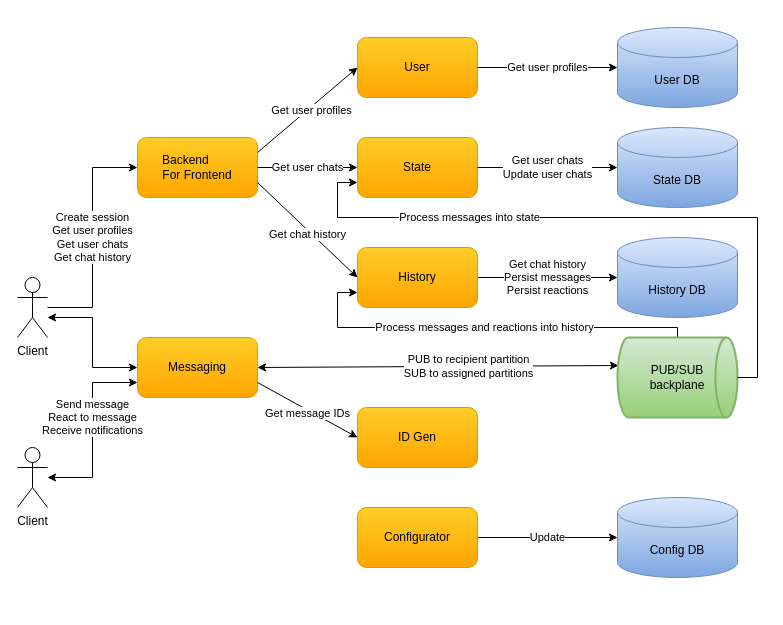
Before: docs/diagrams/cecochat-01-overall.drawio in cvetomir-todorov/CecoChat, a draw.io diagram. Source tidied: cells renumbered, new cells numbered last; positions are measured from the earlier drawing's top-left corner, leaving out a move shared by most shapes. Both pictures are drawn from the tidied source at 100%, with x=0, y=0 at pixel (17, 27).
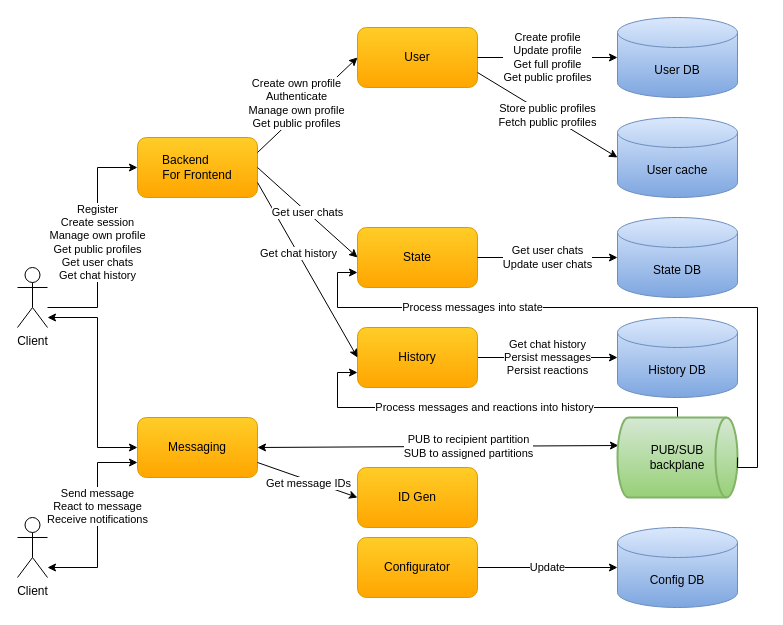
After the change.

Commit message (it also covers changes not shown here):
Add a new diagram for user-related functionality and update related existing diagrams

Unchanged cells that the change refers to:
```xml
<mxCell id="19" value="&lt;font style=&quot;font-size: 12px&quot;&gt;Backend&amp;nbsp; &amp;nbsp; &amp;nbsp; &amp;nbsp;&lt;br&gt;For Frontend&lt;/font&gt;" style="rounded=1;whiteSpace=wrap;html=1;gradientColor=#ffa500;fillColor=#ffcd28;strokeColor=#d79b00;" parent="1" vertex="1">
  <mxGeometry x="120" y="110" width="120" height="60" as="geometry" />
</mxCell>
```

What changed in the source:
```diff
@@
     <mxCell id="2" style="edgeStyle=orthogonalEdgeStyle;rounded=0;jettySize=auto;html=1;entryX=0;entryY=0.5;entryDx=0;entryDy=0;startArrow=classic;startFill=1;" parent="1" edge="1" source="4" target="8">
       <mxGeometry relative="1" as="geometry">
         <Array as="points">
-          <mxPoint x="75" y="290" />
-          <mxPoint x="75" y="340" />
+          <mxPoint x="80" y="290" />
+          <mxPoint x="80" y="420" />
         </Array>
       </mxGeometry>
     </mxCell>
-    <mxCell id="3" value="Create session&lt;br&gt;Get user profiles&lt;br&gt;Get user chats&lt;br&gt;Get chat history" style="edgeStyle=orthogonalEdgeStyle;rounded=0;jettySize=auto;html=1;entryX=0;entryY=0.5;entryDx=0;entryDy=0;" parent="1" edge="1" source="4" target="19">
+    <mxCell id="3" value="Register&lt;br&gt;Create session&lt;br&gt;Manage own&amp;nbsp;profile&lt;br&gt;Get public profiles&lt;br&gt;Get user chats&lt;br&gt;Get chat history" style="edgeStyle=orthogonalEdgeStyle;rounded=0;jettySize=auto;html=1;entryX=0;entryY=0.5;entryDx=0;entryDy=0;" parent="1" edge="1" source="4" target="19">
       <mxGeometry relative="1" as="geometry">
         <Array as="points">
-          <mxPoint x="75" y="280" />
-          <mxPoint x="75" y="140" />
+          <mxPoint x="80" y="280" />
+          <mxPoint x="80" y="140" />
         </Array>
       </mxGeometry>
     </mxCell>
     <mxCell id="4" value="Client" style="shape=umlActor;verticalLabelPosition=bottom;verticalAlign=top;html=1;outlineConnect=0;" parent="1" vertex="1">
-      <mxGeometry y="250" width="30" height="60" as="geometry" />
+      <mxGeometry y="240" width="30" height="60" as="geometry" />
     </mxCell>
     <mxCell id="5" value="Send message&lt;br&gt;React to message&lt;br&gt;Receive notifications" style="edgeStyle=orthogonalEdgeStyle;rounded=0;jettySize=auto;html=1;entryX=0;entryY=0.75;entryDx=0;entryDy=0;startArrow=classic;startFill=1;" parent="1" edge="1" source="6" target="8">
-      <mxGeometry x="0.14" relative="1" as="geometry" />
+      <mxGeometry x="0.14" relative="1" as="geometry">
+        <Array as="points">
+          <mxPoint x="80" y="540" />
+          <mxPoint x="80" y="435" />
+        </Array>
+      </mxGeometry>
     </mxCell>
     <mxCell id="6" value="Client" style="shape=umlActor;verticalLabelPosition=bottom;verticalAlign=top;html=1;outlineConnect=0;" parent="1" vertex="1">
-      <mxGeometry y="420" width="30" height="60" as="geometry" />
+      <mxGeometry y="490" width="30" height="60" as="geometry" />
     </mxCell>
@@
     <mxCell id="8" value="&lt;font style=&quot;font-size: 12px&quot;&gt;Messaging&lt;/font&gt;" style="rounded=1;whiteSpace=wrap;html=1;gradientColor=#ffa500;fillColor=#ffcd28;strokeColor=#d79b00;" parent="1" vertex="1">
-      <mxGeometry x="120" y="310" width="120" height="60" as="geometry" />
+      <mxGeometry x="120" y="390" width="120" height="60" as="geometry" />
     </mxCell>
     <mxCell id="9" value="Process messages and reactions into history" style="edgeStyle=orthogonalEdgeStyle;rounded=0;jettySize=auto;html=1;entryX=0;entryY=0.75;entryDx=0;entryDy=0;exitX=0.5;exitY=0;exitDx=0;exitDy=0;exitPerimeter=0;" parent="1" edge="1" source="10" target="16">
       <mxGeometry relative="1" as="geometry">
         <Array as="points">
-          <mxPoint x="660" y="300" />
-          <mxPoint x="320" y="300" />
-          <mxPoint x="320" y="265" />
+          <mxPoint x="660" y="380" />
+          <mxPoint x="320" y="380" />
+          <mxPoint x="320" y="345" />
         </Array>
       </mxGeometry>
     </mxCell>
     <mxCell id="10" value="PUB/SUB&lt;br&gt;backplane" style="strokeWidth=2;html=1;shape=mxgraph.flowchart.direct_data;whiteSpace=wrap;gradientColor=#97d077;fillColor=#d5e8d4;strokeColor=#82b366;" parent="1" vertex="1">
-      <mxGeometry x="600" y="310" width="120" height="80" as="geometry" />
+      <mxGeometry x="600" y="390" width="120" height="80" as="geometry" />
     </mxCell>
     <mxCell id="11" value="History DB" style="shape=cylinder3;whiteSpace=wrap;html=1;boundedLbl=1;backgroundOutline=1;size=15;gradientColor=#7ea6e0;fillColor=#dae8fc;strokeColor=#6c8ebf;" parent="1" vertex="1">
-      <mxGeometry x="600" y="210" width="120" height="80" as="geometry" />
+      <mxGeometry x="600" y="290" width="120" height="80" as="geometry" />
     </mxCell>
@@
     <mxCell id="14" value="Configurator" style="rounded=1;whiteSpace=wrap;html=1;gradientColor=#ffa500;fillColor=#ffcd28;strokeColor=#d79b00;" parent="1" vertex="1">
-      <mxGeometry x="340" y="480" width="120" height="60" as="geometry" />
+      <mxGeometry x="340" y="510" width="120" height="60" as="geometry" />
     </mxCell>
     <mxCell id="15" value="Config DB" style="shape=cylinder3;whiteSpace=wrap;html=1;boundedLbl=1;backgroundOutline=1;size=15;gradientColor=#7ea6e0;fillColor=#dae8fc;strokeColor=#6c8ebf;" parent="1" vertex="1">
-      <mxGeometry x="600" y="470" width="120" height="80" as="geometry" />
+      <mxGeometry x="600" y="500" width="120" height="80" as="geometry" />
     </mxCell>
     <mxCell id="16" value="&lt;font style=&quot;font-size: 12px&quot;&gt;History&lt;/font&gt;" style="rounded=1;whiteSpace=wrap;html=1;gradientColor=#ffa500;fillColor=#ffcd28;strokeColor=#d79b00;" parent="1" vertex="1">
-      <mxGeometry x="340" y="220" width="120" height="60" as="geometry" />
+      <mxGeometry x="340" y="300" width="120" height="60" as="geometry" />
     </mxCell>
     <mxCell id="17" value="&lt;font style=&quot;font-size: 12px&quot;&gt;ID Gen&lt;/font&gt;" style="rounded=1;whiteSpace=wrap;html=1;gradientColor=#ffa500;fillColor=#ffcd28;strokeColor=#d79b00;" parent="1" vertex="1">
-      <mxGeometry x="340" y="380" width="120" height="60" as="geometry" />
+      <mxGeometry x="340" y="440" width="120" height="60" as="geometry" />
     </mxCell>
@@
     <mxCell id="20" value="State DB" style="shape=cylinder3;whiteSpace=wrap;html=1;boundedLbl=1;backgroundOutline=1;size=15;gradientColor=#7ea6e0;fillColor=#dae8fc;strokeColor=#6c8ebf;" parent="1" vertex="1">
-      <mxGeometry x="600" y="100" width="120" height="80" as="geometry" />
+      <mxGeometry x="600" y="190" width="120" height="80" as="geometry" />
     </mxCell>
     <mxCell id="21" value="&lt;font style=&quot;font-size: 12px&quot;&gt;State&lt;/font&gt;" style="rounded=1;whiteSpace=wrap;html=1;gradientColor=#ffa500;fillColor=#ffcd28;strokeColor=#d79b00;" parent="1" vertex="1">
-      <mxGeometry x="340" y="110" width="120" height="60" as="geometry" />
+      <mxGeometry x="340" y="200" width="120" height="60" as="geometry" />
     </mxCell>
     <mxCell id="22" value="Process messages into state" style="edgeStyle=orthogonalEdgeStyle;rounded=0;jettySize=auto;html=1;entryX=0;entryY=0.75;entryDx=0;entryDy=0;exitX=1;exitY=0.5;exitDx=0;exitDy=0;exitPerimeter=0;" parent="1" edge="1" source="10" target="21">
       <mxGeometry x="0.43" relative="1" as="geometry">
         <Array as="points">
-          <mxPoint x="740" y="350" />
-          <mxPoint x="740" y="190" />
-          <mxPoint x="320" y="190" />
-          <mxPoint x="320" y="155" />
+          <mxPoint x="740" y="440" />
+          <mxPoint x="740" y="280" />
+          <mxPoint x="320" y="280" />
+          <mxPoint x="320" y="245" />
         </Array>
       </mxGeometry>
     </mxCell>
@@
     <mxCell id="24" value="Get chat history" style="endArrow=classic;html=1;exitX=1;exitY=0.75;exitDx=0;exitDy=0;entryX=0;entryY=0.5;entryDx=0;entryDy=0;" parent="1" edge="1" source="19" target="16">
-      <mxGeometry x="0.04" y="-3" relative="1" as="geometry" />
+      <mxGeometry x="-0.19" relative="1" as="geometry" />
     </mxCell>
@@
     <mxCell id="26" value="&lt;font style=&quot;font-size: 12px&quot;&gt;User&lt;/font&gt;" style="rounded=1;whiteSpace=wrap;html=1;gradientColor=#ffa500;fillColor=#ffcd28;strokeColor=#d79b00;" parent="1" vertex="1">
-      <mxGeometry x="340" y="10" width="120" height="60" as="geometry" />
+      <mxGeometry x="340" width="120" height="60" as="geometry" />
     </mxCell>
     <mxCell id="27" value="User DB" style="shape=cylinder3;whiteSpace=wrap;html=1;boundedLbl=1;backgroundOutline=1;size=15;gradientColor=#7ea6e0;fillColor=#dae8fc;strokeColor=#6c8ebf;" parent="1" vertex="1">
-      <mxGeometry x="600" width="120" height="80" as="geometry" />
+      <mxGeometry x="600" y="-10" width="120" height="80" as="geometry" />
     </mxCell>
-    <mxCell id="28" value="&lt;font style=&quot;font-size: 11px&quot;&gt;Get user profiles&lt;br&gt;&lt;/font&gt;" style="rounded=0;jettySize=auto;html=1;entryX=0;entryY=0.5;entryDx=0;entryDy=0;entryPerimeter=0;startArrow=none;startFill=0;" parent="1" edge="1" target="27">
+    <mxCell id="28" value="&lt;font style=&quot;font-size: 11px&quot;&gt;Create profile&lt;br style=&quot;border-color: var(--border-color);&quot;&gt;Update profile&lt;br style=&quot;border-color: var(--border-color);&quot;&gt;Get full profile&lt;br style=&quot;border-color: var(--border-color);&quot;&gt;Get public profiles&lt;br&gt;&lt;/font&gt;" style="rounded=0;jettySize=auto;html=1;entryX=0;entryY=0.5;entryDx=0;entryDy=0;entryPerimeter=0;startArrow=none;startFill=0;" parent="1" edge="1" target="27">
       <mxGeometry relative="1" as="geometry">
-        <mxPoint x="460" y="40" as="sourcePoint" />
+        <mxPoint x="460" y="30" as="sourcePoint" />
       </mxGeometry>
     </mxCell>
-    <mxCell id="29" value="Get user profiles" style="endArrow=classic;html=1;entryX=0;entryY=0.5;entryDx=0;entryDy=0;exitX=1;exitY=0.25;exitDx=0;exitDy=0;" parent="1" edge="1" source="19" target="26">
-      <mxGeometry x="0.04" y="-3" relative="1" as="geometry" />
+    <mxCell id="29" value="Create own profile&lt;br style=&quot;border-color: var(--border-color);&quot;&gt;Authenticate&lt;br style=&quot;border-color: var(--border-color);&quot;&gt;Manage own profile&lt;br style=&quot;border-color: var(--border-color);&quot;&gt;Get public profiles" style="endArrow=classic;html=1;entryX=0;entryY=0.5;entryDx=0;entryDy=0;exitX=1;exitY=0.25;exitDx=0;exitDy=0;" parent="1" edge="1" source="19" target="26">
+      <mxGeometry x="-0.09" y="8" relative="1" as="geometry">
+        <mxPoint x="-1" as="offset" />
+      </mxGeometry>
     </mxCell>
+    <mxCell id="30" value="User cache" style="shape=cylinder3;whiteSpace=wrap;html=1;boundedLbl=1;backgroundOutline=1;size=15;gradientColor=#7ea6e0;fillColor=#dae8fc;strokeColor=#6c8ebf;" parent="1" vertex="1">
+      <mxGeometry x="600" y="90" width="120" height="80" as="geometry" />
+    </mxCell>
+    <mxCell id="31" value="Store public profiles&lt;br style=&quot;border-color: var(--border-color);&quot;&gt;Fetch public profiles" style="rounded=0;jettySize=auto;html=1;entryX=0;entryY=0.5;entryDx=0;entryDy=0;entryPerimeter=0;exitX=1;exitY=0.75;exitDx=0;exitDy=0;" parent="1" edge="1" source="26" target="30">
+      <mxGeometry relative="1" as="geometry" />
+    </mxCell>
```
